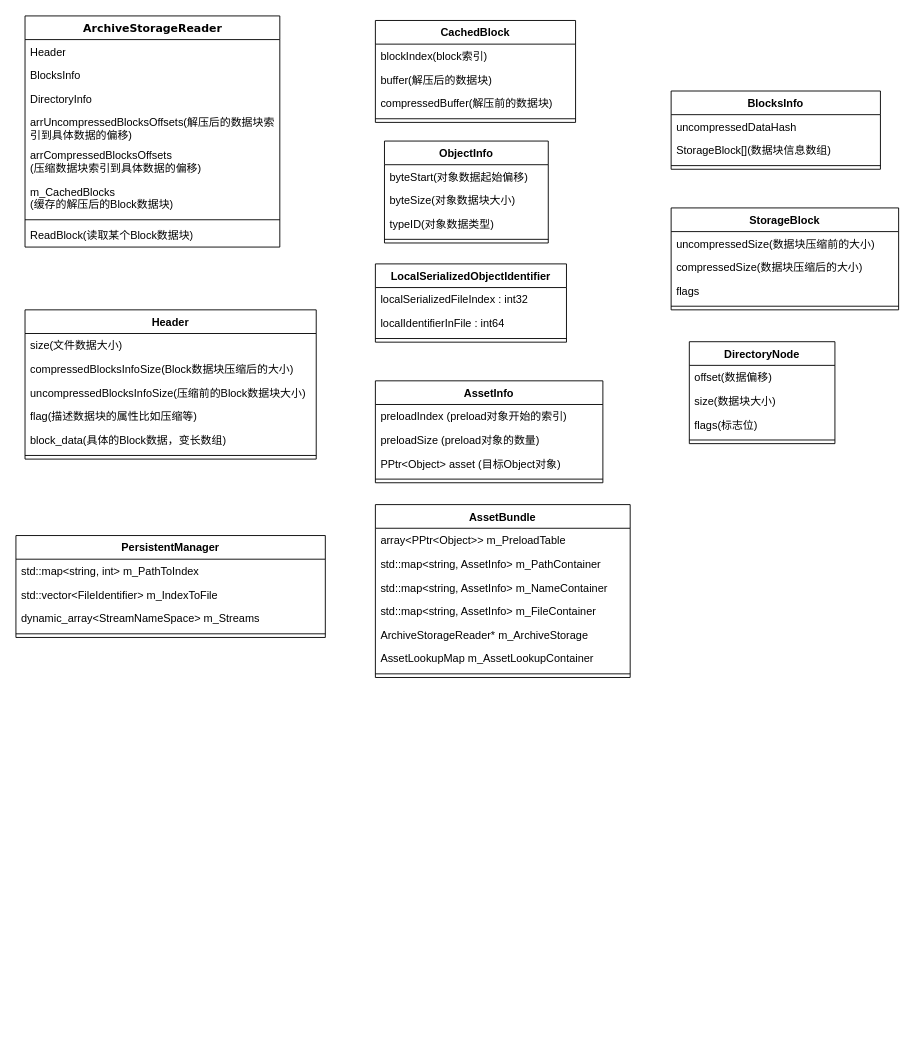
The draw.io diagram Untitled Diagram.drawio in houxuanfelix/FelixCode, before the edit. Source tidied: cells renumbered, new cells numbered last; positions are measured from the earlier drawing's top-left corner, leaving out a move shared by most shapes. Both pictures are drawn from the tidied source at 91%, with x=0, y=0 at pixel (15, 15).
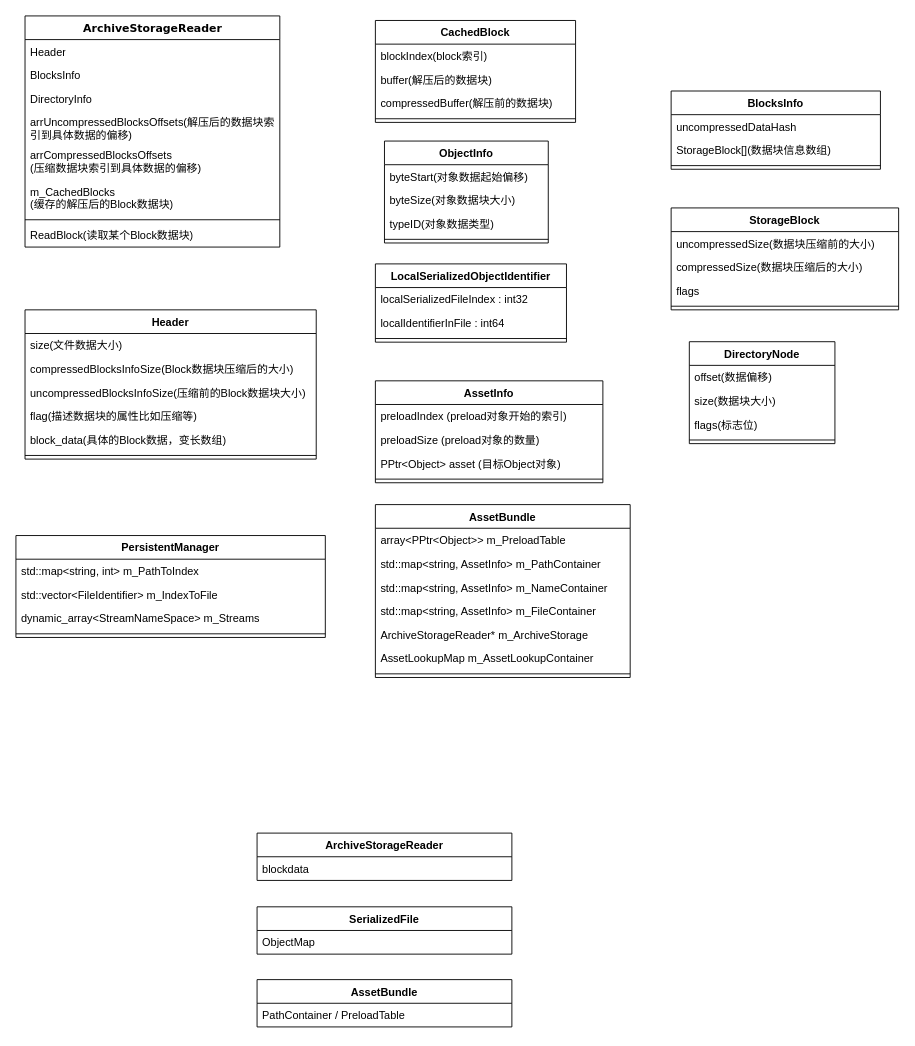
The same page after the edit.

Change to the diagram source:
```diff
@@
+    <mxCell id="64" value="AssetBundle" style="swimlane;fontStyle=1;align=center;verticalAlign=top;horizontal=1;startSize=26;" parent="1" vertex="1">
+      <mxGeometry x="265" y="1059" width="280" height="52" as="geometry" />
+    </mxCell>
+    <mxCell id="65" value="PathContainer / PreloadTable" style="text;strokeColor=none;fillColor=none;align=left;verticalAlign=top;spacingLeft=4;spacingRight=4;overflow=hidden;" parent="64" vertex="1">
+      <mxGeometry y="26" width="280" height="26" as="geometry" />
+    </mxCell>
+    <mxCell id="66" value="SerializedFile" style="swimlane;fontStyle=1;align=center;verticalAlign=top;horizontal=1;startSize=26;" parent="1" vertex="1">
+      <mxGeometry x="265" y="979" width="280" height="52" as="geometry" />
+    </mxCell>
+    <mxCell id="67" value="ObjectMap" style="text;strokeColor=none;fillColor=none;align=left;verticalAlign=top;spacingLeft=4;spacingRight=4;overflow=hidden;" parent="66" vertex="1">
+      <mxGeometry y="26" width="280" height="26" as="geometry" />
+    </mxCell>
+    <mxCell id="68" value="ArchiveStorageReader" style="swimlane;fontStyle=1;align=center;verticalAlign=top;horizontal=1;startSize=26;" parent="1" vertex="1">
+      <mxGeometry x="265" y="898" width="280" height="52" as="geometry" />
+    </mxCell>
+    <mxCell id="69" value="blockdata" style="text;strokeColor=none;fillColor=none;align=left;verticalAlign=top;spacingLeft=4;spacingRight=4;overflow=hidden;" parent="68" vertex="1">
+      <mxGeometry y="26" width="280" height="26" as="geometry" />
+    </mxCell>
```
